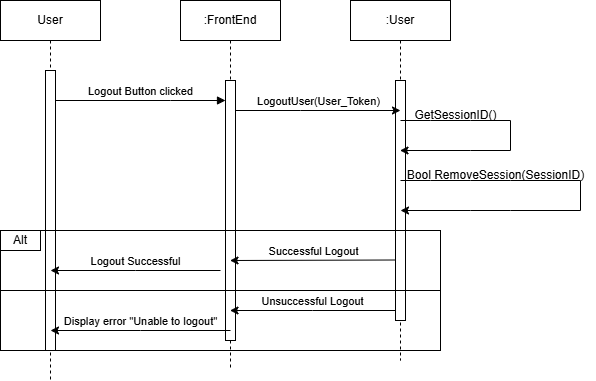
Earlier version of the draw.io export documentation/images/SignOut_jog.drawio.png (TrailBlazersInc/TrailBlazers). Source tidied: cells renumbered, new cells last; positions are measured from the earlier drawing's top-left corner, leaving out a move shared by most shapes. Source of this version:
```xml
<mxGraphModel>
  <root>
    <mxCell id="0" />
    <mxCell id="1" parent="0" />
    <mxCell id="2" value="User" style="shape=umlLifeline;perimeter=lifelinePerimeter;whiteSpace=wrap;html=1;newEdgeStyle={&quot;edgeStyle&quot;:&quot;elbowEdgeStyle&quot;,&quot;elbow&quot;:&quot;vertical&quot;,&quot;curved&quot;:0,&quot;rounded&quot;:0};" parent="1" vertex="1">
      <mxGeometry width="100" height="380" as="geometry" />
    </mxCell>
    <mxCell id="3" style="html=1;points=[];perimeter=orthogonalPerimeter;outlineConnect=0;targetShapes=umlLifeline;portConstraint=eastwest;newEdgeStyle={&quot;edgeStyle&quot;:&quot;elbowEdgeStyle&quot;,&quot;elbow&quot;:&quot;vertical&quot;,&quot;curved&quot;:0,&quot;rounded&quot;:0};" parent="2" vertex="1">
      <mxGeometry x="45" y="70" width="10" height="280" as="geometry" />
    </mxCell>
    <mxCell id="4" value=":FrontEnd" style="shape=umlLifeline;perimeter=lifelinePerimeter;whiteSpace=wrap;html=1;newEdgeStyle={&quot;edgeStyle&quot;:&quot;elbowEdgeStyle&quot;,&quot;elbow&quot;:&quot;vertical&quot;,&quot;curved&quot;:0,&quot;rounded&quot;:0};" parent="1" vertex="1">
      <mxGeometry x="180" width="100" height="370" as="geometry" />
    </mxCell>
    <mxCell id="5" style="html=1;points=[];perimeter=orthogonalPerimeter;outlineConnect=0;targetShapes=umlLifeline;portConstraint=eastwest;newEdgeStyle={&quot;edgeStyle&quot;:&quot;elbowEdgeStyle&quot;,&quot;elbow&quot;:&quot;vertical&quot;,&quot;curved&quot;:0,&quot;rounded&quot;:0};" parent="4" vertex="1">
      <mxGeometry x="45" y="80" width="10" height="260" as="geometry" />
    </mxCell>
    <mxCell id="6" value="Logout Button clicked" style="html=1;verticalAlign=bottom;endArrow=block;edgeStyle=elbowEdgeStyle;elbow=vertical;curved=0;rounded=0;" parent="1" edge="1" source="3" target="5">
      <mxGeometry relative="1" as="geometry">
        <Array as="points">
          <mxPoint x="170" y="100" />
          <mxPoint x="140" y="80" />
        </Array>
      </mxGeometry>
    </mxCell>
    <mxCell id="7" value=":User" style="shape=umlLifeline;perimeter=lifelinePerimeter;whiteSpace=wrap;html=1;outlineConnect=0;portConstraint=eastwest;newEdgeStyle={&quot;edgeStyle&quot;:&quot;elbowEdgeStyle&quot;,&quot;elbow&quot;:&quot;vertical&quot;,&quot;curved&quot;:0,&quot;rounded&quot;:0};" parent="1" vertex="1">
      <mxGeometry x="350" width="100" height="360" as="geometry" />
    </mxCell>
    <mxCell id="8" style="html=1;perimeter=orthogonalPerimeter;targetShapes=umlLifeline;newEdgeStyle={&quot;edgeStyle&quot;:&quot;elbowEdgeStyle&quot;,&quot;elbow&quot;:&quot;vertical&quot;,&quot;curved&quot;:0,&quot;rounded&quot;:0};" parent="7" vertex="1">
      <mxGeometry x="45" y="80" width="10" height="240" as="geometry" />
    </mxCell>
    <mxCell id="9" value="LogoutUser(User_Token)" style="edgeStyle=elbowEdgeStyle;rounded=0;jettySize=auto;html=1;elbow=vertical;curved=0;verticalAlign=bottom;" parent="1" edge="1" source="5">
      <mxGeometry relative="1" as="geometry">
        <mxPoint x="400" y="110" as="targetPoint" />
        <Array as="points">
          <mxPoint x="300" y="110" />
        </Array>
      </mxGeometry>
    </mxCell>
    <mxCell id="10" style="rounded=0;whiteSpace=wrap;html=1;perimeterSpacing=1;gradientColor=none;fillColor=none;" parent="1" vertex="1">
      <mxGeometry y="230" width="440" height="60" as="geometry" />
    </mxCell>
    <mxCell id="11" style="rounded=0;whiteSpace=wrap;html=1;perimeterSpacing=1;gradientColor=none;fillColor=none;" parent="1" vertex="1">
      <mxGeometry y="290" width="440" height="60" as="geometry" />
    </mxCell>
    <mxCell id="12" value="Successful Logout" style="edgeStyle=elbowEdgeStyle;rounded=0;orthogonalLoop=1;jettySize=auto;html=1;elbow=vertical;curved=0;verticalAlign=bottom;" parent="1" edge="1">
      <mxGeometry relative="1" as="geometry">
        <mxPoint x="395" y="259.5" as="sourcePoint" />
        <mxPoint x="229.5" y="259.5" as="targetPoint" />
      </mxGeometry>
    </mxCell>
    <mxCell id="13" value="&lt;div&gt;Logout Successful&lt;/div&gt;" style="edgeStyle=elbowEdgeStyle;rounded=0;orthogonalLoop=1;jettySize=auto;html=1;elbow=vertical;curved=0;verticalAlign=bottom;" parent="1" edge="1">
      <mxGeometry relative="1" as="geometry">
        <mxPoint x="220" y="270" as="sourcePoint" />
        <mxPoint x="50" y="270" as="targetPoint" />
      </mxGeometry>
    </mxCell>
    <mxCell id="14" value="Unsuccessful Logout" style="edgeStyle=elbowEdgeStyle;rounded=0;orthogonalLoop=1;jettySize=auto;html=1;elbow=horizontal;curved=0;verticalAlign=bottom;" parent="1" edge="1">
      <mxGeometry relative="1" as="geometry">
        <mxPoint x="395" y="310" as="sourcePoint" />
        <mxPoint x="229.5" y="310" as="targetPoint" />
      </mxGeometry>
    </mxCell>
    <mxCell id="15" value="Display error &quot;Unable to logout&quot;" style="edgeStyle=elbowEdgeStyle;rounded=0;orthogonalLoop=1;jettySize=auto;html=1;elbow=vertical;curved=0;verticalAlign=bottom;" parent="1" edge="1">
      <mxGeometry relative="1" as="geometry">
        <mxPoint x="230" y="330" as="sourcePoint" />
        <mxPoint x="50" y="330" as="targetPoint" />
      </mxGeometry>
    </mxCell>
    <mxCell id="16" value="Alt" style="rounded=0;whiteSpace=wrap;html=1;" parent="1" vertex="1">
      <mxGeometry y="230" width="40" height="20" as="geometry" />
    </mxCell>
    <mxCell id="17" style="endArrow=classic;html=1;rounded=0;" parent="1" edge="1" target="7">
      <mxGeometry relative="1" as="geometry">
        <mxPoint x="400" y="120" as="sourcePoint" />
        <Array as="points">
          <mxPoint x="430" y="120" />
          <mxPoint x="470" y="120" />
          <mxPoint x="510" y="120" />
          <mxPoint x="510" y="150" />
          <mxPoint x="470" y="150" />
        </Array>
      </mxGeometry>
    </mxCell>
    <mxCell id="18" value="GetSessionID()" style="text;html=1;align=center;verticalAlign=middle;strokeColor=none;fillColor=none;" parent="1" vertex="1">
      <mxGeometry x="400" y="100" width="110" height="30" as="geometry" />
    </mxCell>
    <mxCell id="19" style="endArrow=classic;html=1;rounded=0;" parent="1" edge="1">
      <mxGeometry relative="1" as="geometry">
        <mxPoint x="400" y="180" as="sourcePoint" />
        <mxPoint x="400" y="210" as="targetPoint" />
        <Array as="points">
          <mxPoint x="430" y="180" />
          <mxPoint x="470" y="180" />
          <mxPoint x="510" y="180" />
          <mxPoint x="580" y="180" />
          <mxPoint x="580" y="210" />
          <mxPoint x="510" y="210" />
          <mxPoint x="470" y="210" />
        </Array>
      </mxGeometry>
    </mxCell>
    <mxCell id="20" value="Bool RemoveSession(SessionID)" style="text;html=1;align=center;verticalAlign=middle;strokeColor=none;fillColor=none;" parent="1" vertex="1">
      <mxGeometry x="395" y="160" width="200" height="30" as="geometry" />
    </mxCell>
  </root>
</mxGraphModel>
```
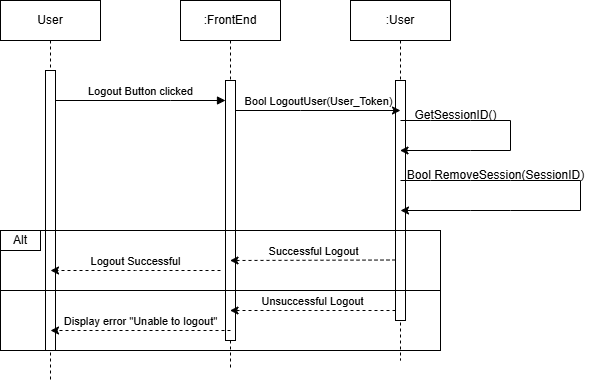
Above is the later version.

Commit message:
Edited User Auth sequence diagrams

What changed in the source:
```diff
@@ -28,7 +28,7 @@
     <mxCell id="8" style="html=1;perimeter=orthogonalPerimeter;targetShapes=umlLifeline;newEdgeStyle={&quot;edgeStyle&quot;:&quot;elbowEdgeStyle&quot;,&quot;elbow&quot;:&quot;vertical&quot;,&quot;curved&quot;:0,&quot;rounded&quot;:0};" parent="7" vertex="1">
       <mxGeometry x="45" y="80" width="10" height="240" as="geometry" />
     </mxCell>
-    <mxCell id="9" value="LogoutUser(User_Token)" style="edgeStyle=elbowEdgeStyle;rounded=0;jettySize=auto;html=1;elbow=vertical;curved=0;verticalAlign=bottom;" parent="1" edge="1" source="5">
+    <mxCell id="9" value="Bool LogoutUser(User_Token)" style="edgeStyle=elbowEdgeStyle;rounded=0;jettySize=auto;html=1;elbow=vertical;curved=0;verticalAlign=bottom;" parent="1" edge="1" source="5">
       <mxGeometry relative="1" as="geometry">
         <mxPoint x="400" y="110" as="targetPoint" />
         <Array as="points">
@@ -42,25 +42,25 @@
     <mxCell id="11" style="rounded=0;whiteSpace=wrap;html=1;perimeterSpacing=1;gradientColor=none;fillColor=none;" parent="1" vertex="1">
       <mxGeometry y="290" width="440" height="60" as="geometry" />
     </mxCell>
-    <mxCell id="12" value="Successful Logout" style="edgeStyle=elbowEdgeStyle;rounded=0;orthogonalLoop=1;jettySize=auto;html=1;elbow=vertical;curved=0;verticalAlign=bottom;" parent="1" edge="1">
+    <mxCell id="12" value="Successful Logout" style="edgeStyle=elbowEdgeStyle;rounded=0;orthogonalLoop=1;jettySize=auto;html=1;elbow=vertical;curved=0;verticalAlign=bottom;dashed=1;" parent="1" edge="1">
       <mxGeometry relative="1" as="geometry">
         <mxPoint x="395" y="259.5" as="sourcePoint" />
         <mxPoint x="229.5" y="259.5" as="targetPoint" />
       </mxGeometry>
     </mxCell>
-    <mxCell id="13" value="&lt;div&gt;Logout Successful&lt;/div&gt;" style="edgeStyle=elbowEdgeStyle;rounded=0;orthogonalLoop=1;jettySize=auto;html=1;elbow=vertical;curved=0;verticalAlign=bottom;" parent="1" edge="1">
+    <mxCell id="13" value="&lt;div&gt;Logout Successful&lt;/div&gt;" style="edgeStyle=elbowEdgeStyle;rounded=0;orthogonalLoop=1;jettySize=auto;html=1;elbow=vertical;curved=0;verticalAlign=bottom;dashed=1;" parent="1" edge="1">
       <mxGeometry relative="1" as="geometry">
         <mxPoint x="220" y="270" as="sourcePoint" />
         <mxPoint x="50" y="270" as="targetPoint" />
       </mxGeometry>
     </mxCell>
-    <mxCell id="14" value="Unsuccessful Logout" style="edgeStyle=elbowEdgeStyle;rounded=0;orthogonalLoop=1;jettySize=auto;html=1;elbow=horizontal;curved=0;verticalAlign=bottom;" parent="1" edge="1">
+    <mxCell id="14" value="Unsuccessful Logout" style="edgeStyle=elbowEdgeStyle;rounded=0;orthogonalLoop=1;jettySize=auto;html=1;elbow=horizontal;curved=0;verticalAlign=bottom;dashed=1;" parent="1" edge="1">
       <mxGeometry relative="1" as="geometry">
         <mxPoint x="395" y="310" as="sourcePoint" />
         <mxPoint x="229.5" y="310" as="targetPoint" />
       </mxGeometry>
     </mxCell>
-    <mxCell id="15" value="Display error &quot;Unable to logout&quot;" style="edgeStyle=elbowEdgeStyle;rounded=0;orthogonalLoop=1;jettySize=auto;html=1;elbow=vertical;curved=0;verticalAlign=bottom;" parent="1" edge="1">
+    <mxCell id="15" value="Display error &quot;Unable to logout&quot;" style="edgeStyle=elbowEdgeStyle;rounded=0;orthogonalLoop=1;jettySize=auto;html=1;elbow=vertical;curved=0;verticalAlign=bottom;dashed=1;" parent="1" edge="1">
       <mxGeometry relative="1" as="geometry">
         <mxPoint x="230" y="330" as="sourcePoint" />
         <mxPoint x="50" y="330" as="targetPoint" />
```
